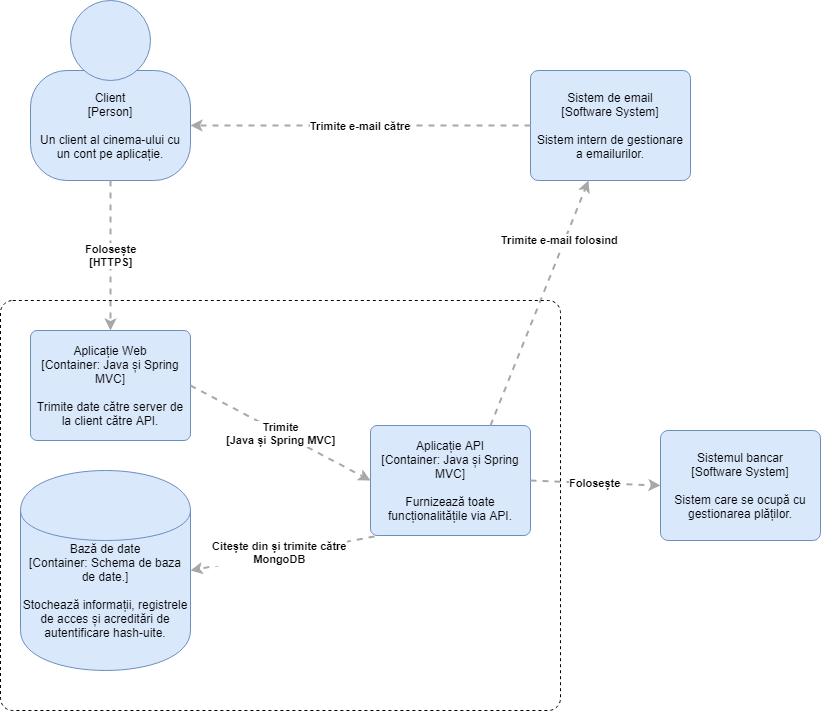
Before: Diagrame/Diagrama_C4_Nivel_2.png, a diagram exported from draw.io (FilosGabriel/MyCinema). Source tidied: cells renumbered, new cells last; positions are measured from the earlier drawing's top-left corner, leaving out a move shared by most shapes.
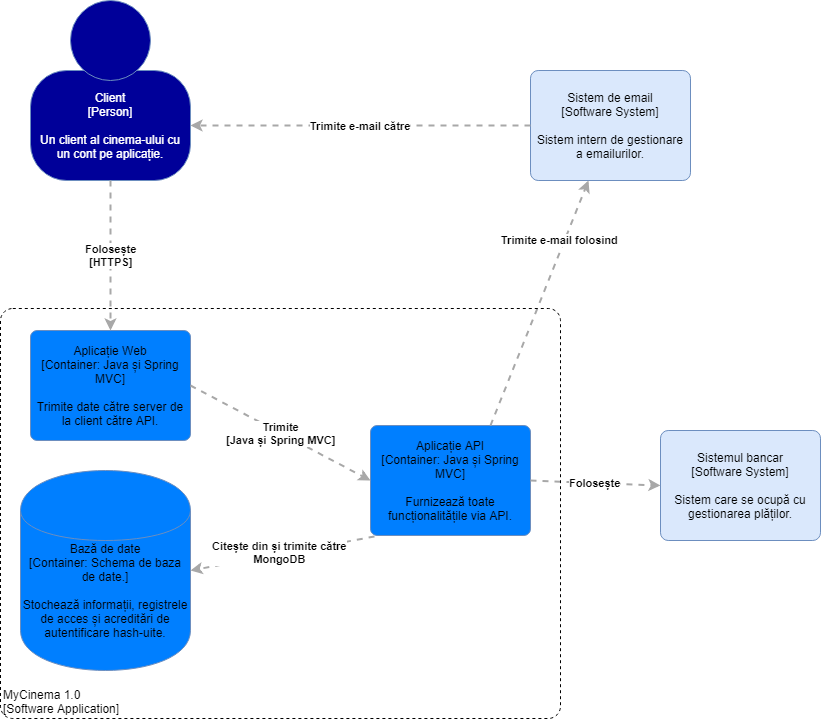
Later version of the same file.

What changed in the source:
```diff
@@ -2,17 +2,17 @@
   <root>
     <mxCell id="0" />
     <mxCell id="1" parent="0" />
-    <mxCell id="2" style="group;rounded=0;labelBackgroundColor=none;fillColor=none;fontColor=#000000;align=center;html=1;" parent="1" vertex="1">
-      <mxGeometry x="30" width="160" height="180" as="geometry" />
-    </mxCell>
+    <mxCell id="17" style="group;rounded=0;labelBackgroundColor=none;fillColor=#ffffff;fontColor=#000000;align=center;html=1;" parent="1" vertex="1">
+      <mxGeometry x="30" width="160" height="180" as="geometry" />
+    </mxCell>
-    <object id="3" label="Client&lt;div&gt;[Person]&lt;/div&gt;&lt;div&gt;&lt;br&gt;&lt;/div&gt;&lt;div&gt;Un client al cinema-ului cu un cont pe aplicație.&lt;/div&gt;" c4Description="Un client al cinema-ului cu un cont pe aplicatie." c4Name="Client" c4Type="body" placeholders="1">
-      <mxCell style="rounded=1;whiteSpace=wrap;html=1;labelBackgroundColor=none;fillColor=#dae8fc;fontColor=#000000;align=center;arcSize=33;strokeColor=#6c8ebf;" parent="2" vertex="1">
+    <object id="3" label="&lt;font color=&quot;#ffffff&quot;&gt;Client&lt;/font&gt;&lt;div&gt;&lt;font color=&quot;#ffffff&quot;&gt;[Person]&lt;/font&gt;&lt;/div&gt;&lt;div&gt;&lt;font color=&quot;#ffffff&quot;&gt;&lt;br&gt;&lt;/font&gt;&lt;/div&gt;&lt;div&gt;&lt;font color=&quot;#ffffff&quot;&gt;Un client al cinema-ului cu un cont pe aplicație.&lt;/font&gt;&lt;/div&gt;" c4Description="Un client al cinema-ului cu un cont pe aplicatie." c4Name="Client" c4Type="body" placeholders="1">
+      <mxCell style="rounded=1;whiteSpace=wrap;html=1;labelBackgroundColor=none;fillColor=#000099;fontColor=#000000;align=center;arcSize=33;strokeColor=#6c8ebf;" parent="17" vertex="1">
         <mxGeometry y="70" width="160" height="110" as="geometry" />
       </mxCell>
     </object>
-    <mxCell id="4" style="ellipse;whiteSpace=wrap;html=1;rounded=0;labelBackgroundColor=none;fillColor=#dae8fc;fontSize=12;fontColor=#000000;align=center;strokeColor=#6c8ebf;" parent="2" vertex="1">
-      <mxGeometry x="40" width="80" height="80" as="geometry" />
-    </mxCell>
+    <mxCell id="18" style="ellipse;whiteSpace=wrap;html=1;rounded=0;labelBackgroundColor=none;fillColor=#000099;fontSize=12;fontColor=#000000;align=center;strokeColor=#6c8ebf;" parent="17" vertex="1">
+      <mxGeometry x="40" width="80" height="80" as="geometry" />
+    </mxCell>
     <object id="5" label="Sistem de email&lt;div&gt;[Software System]&lt;/div&gt;&lt;div&gt;&lt;br&gt;&lt;/div&gt;&lt;div&gt;Sistem intern de gestionare a emailurilor." c4Description="Sistem intern de gestionare a emailurilor." c4Name="Sistem de email" c4Type="SoftwareSystem" placeholders="1">
       <mxCell style="rounded=1;whiteSpace=wrap;html=1;labelBackgroundColor=none;fillColor=#dae8fc;fontColor=#000000;align=center;arcSize=7;strokeColor=#6c8ebf;" parent="1" vertex="1">
         <mxGeometry x="530" y="70" width="160" height="110" as="geometry" />
@@ -27,17 +27,17 @@
       </mxCell>
     </object>
     <object id="8" label="&lt;span&gt;Aplicație Web&lt;/span&gt;&lt;div&gt;[Container:&amp;nbsp;&lt;span&gt;Java și Spring MVC&lt;/span&gt;&lt;span&gt;]&lt;/span&gt;&lt;/div&gt;&lt;div&gt;&lt;br&gt;&lt;/div&gt;&lt;div&gt;Trimite date către server de la client către API.&lt;/div&gt;" c4Description="Trimite date catre server de la client catre API." c4Name="Aplicație Web" c4Technology="Java și Spring MVC" c4Type="Container" placeholders="1">
-      <mxCell style="rounded=1;whiteSpace=wrap;html=1;labelBackgroundColor=none;fillColor=#dae8fc;fontColor=#000000;align=center;arcSize=6;strokeColor=#6c8ebf;" parent="1" vertex="1">
+      <mxCell style="rounded=1;whiteSpace=wrap;html=1;labelBackgroundColor=none;fillColor=#007FFF;fontColor=#000000;align=center;arcSize=6;strokeColor=#6c8ebf;" parent="1" vertex="1">
         <mxGeometry x="30" y="330" width="160" height="110" as="geometry" />
       </mxCell>
     </object>
     <object id="9" label="&lt;span&gt;Aplicație API&lt;/span&gt;&lt;div&gt;[Container:&amp;nbsp;&lt;span&gt;Java și Spring MVC&lt;/span&gt;&lt;span&gt;]&lt;/span&gt;&lt;/div&gt;&lt;div&gt;&lt;br&gt;&lt;/div&gt;&lt;div&gt;Furnizează toate funcționalitățile via API.&lt;/div&gt;" c4Description="Furnizeaza toate functionalitatile via API." c4Name="Aplicatie API" c4Technology="Java si Spring MVC" c4Type="Container" placeholders="1">
-      <mxCell style="rounded=1;whiteSpace=wrap;html=1;labelBackgroundColor=none;fillColor=#dae8fc;fontColor=#000000;align=center;arcSize=6;strokeColor=#6c8ebf;" parent="1" vertex="1">
+      <mxCell style="rounded=1;whiteSpace=wrap;html=1;labelBackgroundColor=none;fillColor=#007FFF;fontColor=#000000;align=center;arcSize=6;strokeColor=#6c8ebf;" parent="1" vertex="1">
         <mxGeometry x="370" y="425" width="160" height="110" as="geometry" />
       </mxCell>
     </object>
     <object id="10" label="Bază de date&lt;br&gt;&lt;div&gt;[Container:&amp;nbsp;Schema de baza de date&lt;span&gt;.]&lt;/span&gt;&lt;/div&gt;&lt;div&gt;&lt;br&gt;&lt;/div&gt;&lt;div&gt;Stochează informații, registrele de acces și acreditări de autentificare hash-uite.&lt;/div&gt;" c4Description="Stochează informații, registrele de acces și acreditări de autentificare hash-uite." c4Technology="Schema de baza de date relationala." c4Type="Database" placeholders="1">
-      <mxCell style="shape=cylinder;whiteSpace=wrap;html=1;boundedLbl=1;rounded=0;labelBackgroundColor=none;fillColor=#dae8fc;fontSize=12;fontColor=#000000;align=center;strokeColor=#6c8ebf;" parent="1" vertex="1">
+      <mxCell style="shape=cylinder;whiteSpace=wrap;html=1;boundedLbl=1;rounded=0;labelBackgroundColor=none;fillColor=#007FFF;fontSize=12;fontColor=#000000;align=center;strokeColor=#6c8ebf;" parent="1" vertex="1">
         <mxGeometry x="20" y="470" width="170" height="200" as="geometry" />
       </mxCell>
     </object>
@@ -56,10 +56,10 @@
     <mxCell id="15" value="&lt;div style=&quot;text-align: left&quot;&gt;&lt;div style=&quot;text-align: center&quot;&gt;&lt;b&gt;Folosește&lt;/b&gt;&lt;/div&gt;&lt;/div&gt;" style="edgeStyle=none;rounded=0;html=1;entryX=0;entryY=0.5;jettySize=auto;strokeColor=#A8A8A8;strokeWidth=2;fontColor=#000000;jumpStyle=none;dashed=1;entryDx=0;entryDy=0;exitX=1;exitY=0.5;exitDx=0;exitDy=0;" parent="1" edge="1" source="9" target="7">
       <mxGeometry relative="1" as="geometry" />
     </mxCell>
-    <object id="16" label="&lt;div style=&quot;text-align: left&quot;&gt;&lt;br&gt;&lt;/div&gt;" c4Application="applicationAndVersion" c4Name="name" c4Type="ExecutionEnvironment" placeholders="1">
-      <mxCell style="rounded=1;whiteSpace=wrap;html=1;labelBackgroundColor=none;fillColor=none;fontColor=#000000;align=left;arcSize=3;strokeColor=#000000;verticalAlign=bottom;dashed=1;" parent="1" vertex="1">
-        <mxGeometry y="300" width="560" height="410" as="geometry" />
-      </mxCell>
-    </object>
+    <object id="19" label="&lt;div style=&quot;text-align: left&quot;&gt;MyCinema 1.0&lt;/div&gt;&lt;div style=&quot;text-align: left&quot;&gt;[Software Application]&lt;/div&gt;" c4Application="MyCinema 1.0" c4Name="[Software Application]" c4Type="ExecutionEnvironment" placeholders="1">
+      <mxCell style="rounded=1;whiteSpace=wrap;html=1;labelBackgroundColor=none;fillColor=none;fontColor=#000000;align=left;arcSize=3;strokeColor=#000000;verticalAlign=bottom;dashed=1;" parent="1" vertex="1">
+        <mxGeometry y="308" width="560" height="410" as="geometry" />
+      </mxCell>
+    </object>
   </root>
 </mxGraphModel>
```
